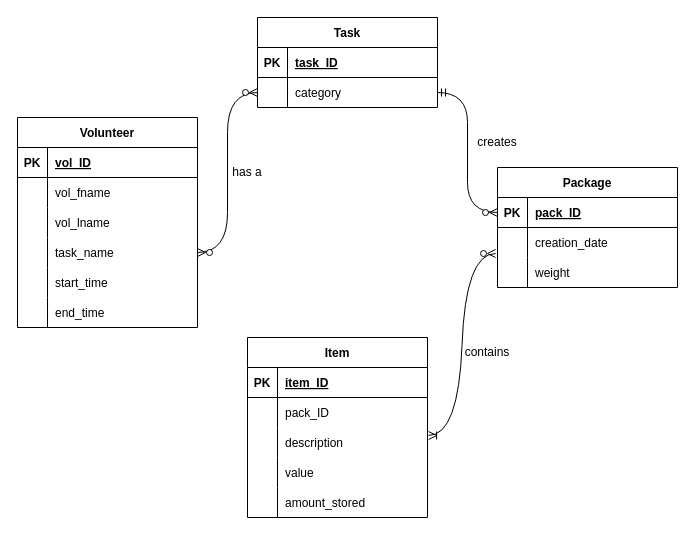
Earlier version of the draw.io diagram ER diagram.drawio (yumvinegar/database). Source tidied: cells renumbered, new cells numbered last; positions are measured from the earlier drawing's top-left corner, leaving out a move shared by most shapes. Both pictures are drawn from the tidied source at 100%, with x=0, y=0 at pixel (17, 17).
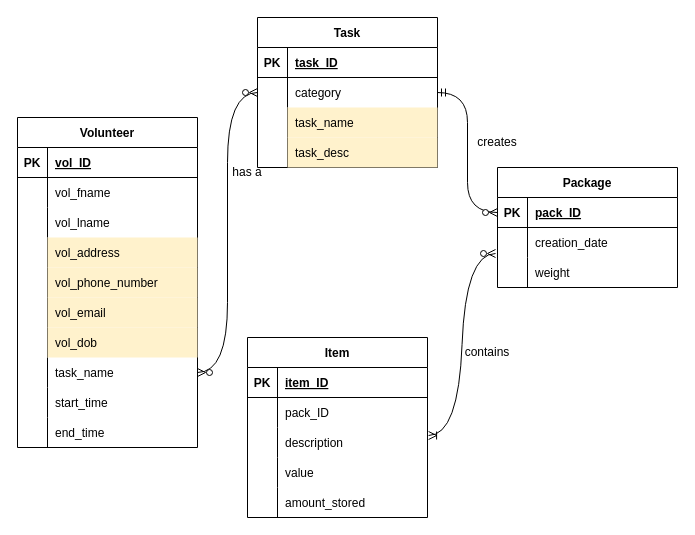
The same page after the edit.

The edit, as a diff of the source:
```diff
@@
     <mxCell id="2" value="Volunteer" style="shape=table;startSize=30;childLayout=tableLayout;rowLines=0;fontStyle=1;align=center;" parent="1" vertex="1">
-      <mxGeometry y="100" width="180" height="210" as="geometry" />
+      <mxGeometry y="100" width="180" height="330" as="geometry" />
     </mxCell>
@@
+    <mxCell id="60" style="shape=tableRow;horizontal=0;startSize=0;swimlaneHead=0;swimlaneBody=0;fillColor=none;top=0;left=0;right=0;bottom=0;" parent="2" vertex="1">
+      <mxGeometry y="120" width="180" height="30" as="geometry" />
+    </mxCell>
+    <mxCell id="61" style="shape=partialRectangle;fillColor=none;top=0;left=0;bottom=0;right=0;overflow=hidden;" parent="60" vertex="1">
+      <mxGeometry width="30" height="30" as="geometry" />
+    </mxCell>
+    <mxCell id="62" value="vol_address" style="shape=partialRectangle;fillColor=#fff2cc;top=0;left=0;bottom=0;right=0;align=left;spacingLeft=6;overflow=hidden;strokeColor=#d6b656;" parent="60" vertex="1">
+      <mxGeometry x="30" width="150" height="30" as="geometry" />
+    </mxCell>
+    <mxCell id="63" style="shape=tableRow;horizontal=0;startSize=0;swimlaneHead=0;swimlaneBody=0;fillColor=none;top=0;left=0;right=0;bottom=0;" parent="2" vertex="1">
+      <mxGeometry y="150" width="180" height="30" as="geometry" />
+    </mxCell>
+    <mxCell id="64" style="shape=partialRectangle;fillColor=none;top=0;left=0;bottom=0;right=0;overflow=hidden;" parent="63" vertex="1">
+      <mxGeometry width="30" height="30" as="geometry" />
+    </mxCell>
+    <mxCell id="65" value="vol_phone_number" style="shape=partialRectangle;fillColor=#fff2cc;top=0;left=0;bottom=0;right=0;align=left;spacingLeft=6;overflow=hidden;strokeColor=#d6b656;" parent="63" vertex="1">
+      <mxGeometry x="30" width="150" height="30" as="geometry" />
+    </mxCell>
+    <mxCell id="66" style="shape=tableRow;horizontal=0;startSize=0;swimlaneHead=0;swimlaneBody=0;fillColor=none;top=0;left=0;right=0;bottom=0;" parent="2" vertex="1">
+      <mxGeometry y="180" width="180" height="30" as="geometry" />
+    </mxCell>
+    <mxCell id="67" style="shape=partialRectangle;fillColor=none;top=0;left=0;bottom=0;right=0;overflow=hidden;" parent="66" vertex="1">
+      <mxGeometry width="30" height="30" as="geometry" />
+    </mxCell>
+    <mxCell id="68" value="vol_email" style="shape=partialRectangle;fillColor=#fff2cc;top=0;left=0;bottom=0;right=0;align=left;spacingLeft=6;overflow=hidden;strokeColor=#d6b656;" parent="66" vertex="1">
+      <mxGeometry x="30" width="150" height="30" as="geometry" />
+    </mxCell>
+    <mxCell id="69" style="shape=tableRow;horizontal=0;startSize=0;swimlaneHead=0;swimlaneBody=0;fillColor=none;top=0;left=0;right=0;bottom=0;" parent="2" vertex="1">
+      <mxGeometry y="210" width="180" height="30" as="geometry" />
+    </mxCell>
+    <mxCell id="70" style="shape=partialRectangle;fillColor=none;top=0;left=0;bottom=0;right=0;overflow=hidden;" parent="69" vertex="1">
+      <mxGeometry width="30" height="30" as="geometry" />
+    </mxCell>
+    <mxCell id="71" value="vol_dob" style="shape=partialRectangle;fillColor=#fff2cc;top=0;left=0;bottom=0;right=0;align=left;spacingLeft=6;overflow=hidden;strokeColor=#d6b656;" parent="69" vertex="1">
+      <mxGeometry x="30" width="150" height="30" as="geometry" />
+    </mxCell>
     <mxCell id="12" style="shape=tableRow;horizontal=0;startSize=0;swimlaneHead=0;swimlaneBody=0;fillColor=none;points=[[0,0.5],[1,0.5]];portConstraint=eastwest;top=0;left=0;right=0;bottom=0;" parent="2" vertex="1">
-      <mxGeometry y="120" width="180" height="30" as="geometry" />
+      <mxGeometry y="240" width="180" height="30" as="geometry" />
     </mxCell>
@@
     <mxCell id="15" style="shape=tableRow;horizontal=0;startSize=0;swimlaneHead=0;swimlaneBody=0;fillColor=none;top=0;left=0;right=0;bottom=0;" parent="2" vertex="1">
-      <mxGeometry y="150" width="180" height="30" as="geometry" />
+      <mxGeometry y="270" width="180" height="30" as="geometry" />
     </mxCell>
@@
     <mxCell id="18" style="shape=tableRow;horizontal=0;startSize=0;swimlaneHead=0;swimlaneBody=0;fillColor=none;top=0;left=0;right=0;bottom=0;" parent="2" vertex="1">
-      <mxGeometry y="180" width="180" height="30" as="geometry" />
+      <mxGeometry y="300" width="180" height="30" as="geometry" />
     </mxCell>
@@
     <mxCell id="21" value="Task" style="shape=table;startSize=30;childLayout=tableLayout;rowLines=0;fontStyle=1;align=center;" parent="1" vertex="1">
-      <mxGeometry x="240" width="180" height="90" as="geometry" />
+      <mxGeometry x="240" width="180" height="150" as="geometry" />
     </mxCell>
@@
+    <mxCell id="72" style="shape=tableRow;horizontal=0;startSize=0;swimlaneHead=0;swimlaneBody=0;fillColor=none;top=0;left=0;right=0;bottom=0;" parent="21" vertex="1">
+      <mxGeometry y="90" width="180" height="30" as="geometry" />
+    </mxCell>
+    <mxCell id="73" style="shape=partialRectangle;fillColor=none;top=0;left=0;bottom=0;right=0;overflow=hidden;" parent="72" vertex="1">
+      <mxGeometry width="30" height="30" as="geometry" />
+    </mxCell>
+    <mxCell id="74" value="task_name" style="shape=partialRectangle;fillColor=#fff2cc;top=0;left=0;bottom=0;right=0;align=left;spacingLeft=6;overflow=hidden;strokeColor=#d6b656;" parent="72" vertex="1">
+      <mxGeometry x="30" width="150" height="30" as="geometry" />
+    </mxCell>
+    <mxCell id="75" style="shape=tableRow;horizontal=0;startSize=0;swimlaneHead=0;swimlaneBody=0;fillColor=none;top=0;left=0;right=0;bottom=0;" parent="21" vertex="1">
+      <mxGeometry y="120" width="180" height="30" as="geometry" />
+    </mxCell>
+    <mxCell id="76" style="shape=partialRectangle;fillColor=none;top=0;left=0;bottom=0;right=0;overflow=hidden;" parent="75" vertex="1">
+      <mxGeometry width="30" height="30" as="geometry" />
+    </mxCell>
+    <mxCell id="77" value="task_desc" style="shape=partialRectangle;fillColor=#fff2cc;top=0;left=0;bottom=0;right=0;align=left;spacingLeft=6;overflow=hidden;strokeColor=#d6b656;" parent="75" vertex="1">
+      <mxGeometry x="30" width="150" height="30" as="geometry" />
+    </mxCell>
```
